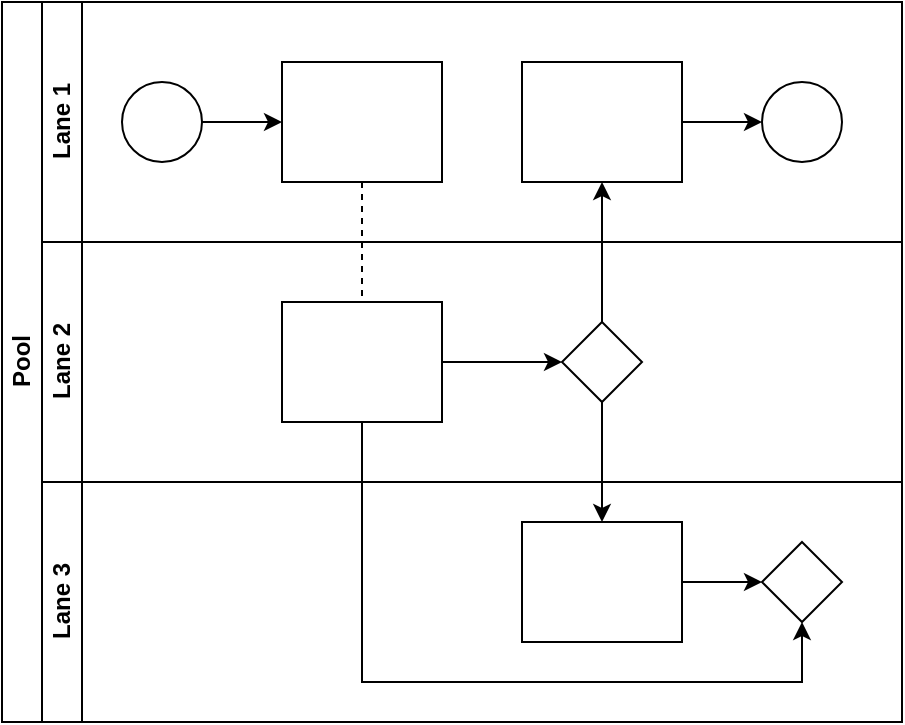
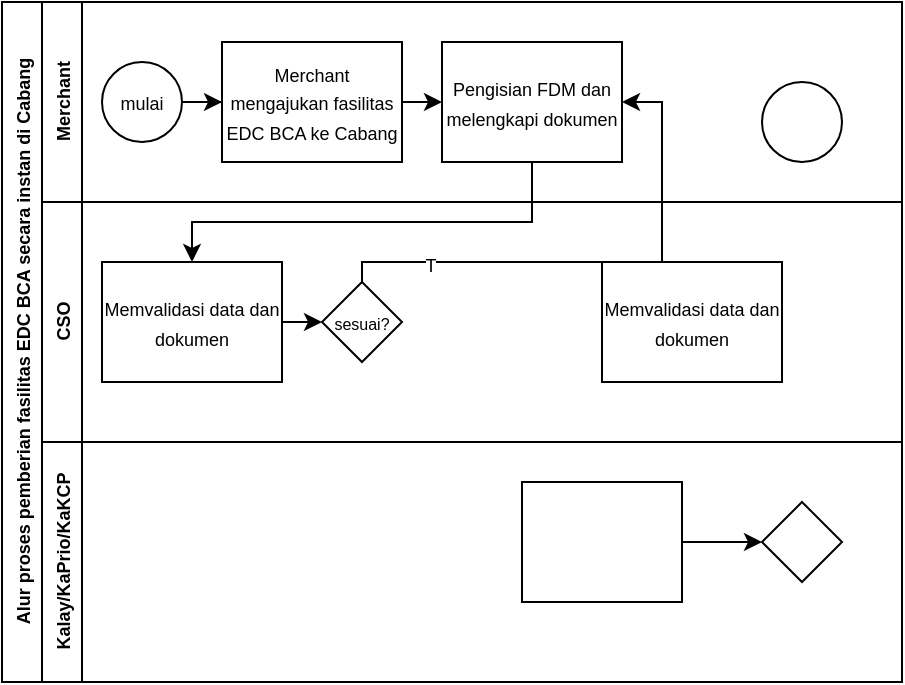
<mxfile host="app.diagrams.net">
  <diagram id="prtHgNgQTEPvFCAcTncT" name="Page-1">
-     <mxGraphModel dx="1223" dy="645" grid="1" gridSize="10" guides="1" tooltips="1" connect="1" arrows="1" fold="1" page="1" pageScale="1" pageWidth="827" pageHeight="1169" math="0" shadow="0">
+     <mxGraphModel dx="534" dy="343" grid="1" gridSize="10" guides="1" tooltips="1" connect="1" arrows="1" fold="1" page="1" pageScale="1" pageWidth="827" pageHeight="1169" math="0" shadow="0">
      <root>
        <mxCell id="0" />
        <mxCell id="1" parent="0" />
-         <mxCell id="dNxyNK7c78bLwvsdeMH5-19" value="Pool" style="swimlane;html=1;childLayout=stackLayout;resizeParent=1;resizeParentMax=0;horizontal=0;startSize=20;horizontalStack=0;" parent="1" vertex="1">
-           <mxGeometry x="120" y="120" width="450" height="360" as="geometry" />
+         <mxCell id="dNxyNK7c78bLwvsdeMH5-19" parent="1" style="swimlane;html=1;childLayout=stackLayout;resizeParent=1;resizeParentMax=0;horizontal=0;startSize=20;horizontalStack=0;" value="&lt;font style=&quot;font-size: 9px;&quot;&gt;Alur proses pemberian fasilitas EDC BCA secara instan di Cabang&lt;/font&gt;" vertex="1">
+           <mxGeometry height="340" width="450" x="120" y="120" as="geometry" />
        </mxCell>
-         <mxCell id="dNxyNK7c78bLwvsdeMH5-27" value="" style="edgeStyle=orthogonalEdgeStyle;rounded=0;orthogonalLoop=1;jettySize=auto;html=1;dashed=1;endArrow=none;endFill=0;" parent="dNxyNK7c78bLwvsdeMH5-19" source="dNxyNK7c78bLwvsdeMH5-24" target="dNxyNK7c78bLwvsdeMH5-26" edge="1">
-           <mxGeometry relative="1" as="geometry" />
-         </mxCell>
-         <mxCell id="dNxyNK7c78bLwvsdeMH5-31" style="edgeStyle=orthogonalEdgeStyle;rounded=0;orthogonalLoop=1;jettySize=auto;html=1;endArrow=classic;endFill=1;" parent="dNxyNK7c78bLwvsdeMH5-19" source="dNxyNK7c78bLwvsdeMH5-28" target="dNxyNK7c78bLwvsdeMH5-30" edge="1">
-           <mxGeometry relative="1" as="geometry" />
-         </mxCell>
-         <mxCell id="dNxyNK7c78bLwvsdeMH5-35" style="edgeStyle=orthogonalEdgeStyle;rounded=0;orthogonalLoop=1;jettySize=auto;html=1;endArrow=classic;endFill=1;" parent="dNxyNK7c78bLwvsdeMH5-19" source="dNxyNK7c78bLwvsdeMH5-28" target="dNxyNK7c78bLwvsdeMH5-34" edge="1">
-           <mxGeometry relative="1" as="geometry" />
-         </mxCell>
-         <mxCell id="dNxyNK7c78bLwvsdeMH5-38" style="edgeStyle=orthogonalEdgeStyle;rounded=0;orthogonalLoop=1;jettySize=auto;html=1;endArrow=classic;endFill=1;" parent="dNxyNK7c78bLwvsdeMH5-19" source="dNxyNK7c78bLwvsdeMH5-26" target="dNxyNK7c78bLwvsdeMH5-36" edge="1">
+         <mxCell id="dNxyNK7c78bLwvsdeMH5-35" edge="1" parent="dNxyNK7c78bLwvsdeMH5-19" source="dNxyNK7c78bLwvsdeMH5-28" style="edgeStyle=orthogonalEdgeStyle;rounded=0;orthogonalLoop=1;jettySize=auto;html=1;endArrow=classic;endFill=1;entryX=1;entryY=0.5;entryDx=0;entryDy=0;exitX=0.5;exitY=0;exitDx=0;exitDy=0;" target="OSxMkcuNLUNAnTv0rdyM-1">
          <mxGeometry relative="1" as="geometry">
            <Array as="points">
-               <mxPoint x="180" y="340" />
-               <mxPoint x="400" y="340" />
+               <mxPoint x="180" y="130" />
+               <mxPoint x="330" y="130" />
+               <mxPoint x="330" y="50" />
            </Array>
          </mxGeometry>
        </mxCell>
-         <mxCell id="dNxyNK7c78bLwvsdeMH5-20" value="Lane 1" style="swimlane;html=1;startSize=20;horizontal=0;" parent="dNxyNK7c78bLwvsdeMH5-19" vertex="1">
-           <mxGeometry x="20" width="430" height="120" as="geometry" />
+         <mxCell id="OSxMkcuNLUNAnTv0rdyM-3" connectable="0" parent="dNxyNK7c78bLwvsdeMH5-35" style="edgeLabel;html=1;align=center;verticalAlign=middle;resizable=0;points=[];" value="&lt;font style=&quot;font-size: 9px;&quot;&gt;T&lt;/font&gt;" vertex="1">
+           <mxGeometry relative="1" x="-0.6649" y="-1" as="geometry">
+             <mxPoint as="offset" />
+           </mxGeometry>
        </mxCell>
-         <mxCell id="dNxyNK7c78bLwvsdeMH5-25" value="" style="edgeStyle=orthogonalEdgeStyle;rounded=0;orthogonalLoop=1;jettySize=auto;html=1;" parent="dNxyNK7c78bLwvsdeMH5-20" source="dNxyNK7c78bLwvsdeMH5-23" target="dNxyNK7c78bLwvsdeMH5-24" edge="1">
+         <mxCell id="dNxyNK7c78bLwvsdeMH5-20" parent="dNxyNK7c78bLwvsdeMH5-19" style="swimlane;html=1;startSize=20;horizontal=0;" value="&lt;font style=&quot;font-size: 9px;&quot;&gt;Merchant&lt;/font&gt;" vertex="1">
+           <mxGeometry height="100" width="430" x="20" as="geometry" />
+         </mxCell>
+         <mxCell id="dNxyNK7c78bLwvsdeMH5-25" edge="1" parent="dNxyNK7c78bLwvsdeMH5-20" source="dNxyNK7c78bLwvsdeMH5-23" style="edgeStyle=orthogonalEdgeStyle;rounded=0;orthogonalLoop=1;jettySize=auto;html=1;" target="dNxyNK7c78bLwvsdeMH5-24" value="">
          <mxGeometry relative="1" as="geometry" />
        </mxCell>
-         <mxCell id="dNxyNK7c78bLwvsdeMH5-23" value="" style="ellipse;whiteSpace=wrap;html=1;" parent="dNxyNK7c78bLwvsdeMH5-20" vertex="1">
-           <mxGeometry x="40" y="40" width="40" height="40" as="geometry" />
+         <mxCell id="dNxyNK7c78bLwvsdeMH5-23" parent="dNxyNK7c78bLwvsdeMH5-20" style="ellipse;whiteSpace=wrap;html=1;" value="&lt;font style=&quot;font-size: 9px;&quot;&gt;mulai&lt;/font&gt;" vertex="1">
+           <mxGeometry height="40" width="40" x="30" y="30" as="geometry" />
        </mxCell>
-         <mxCell id="dNxyNK7c78bLwvsdeMH5-24" value="" style="rounded=0;whiteSpace=wrap;html=1;fontFamily=Helvetica;fontSize=12;fontColor=#000000;align=center;" parent="dNxyNK7c78bLwvsdeMH5-20" vertex="1">
-           <mxGeometry x="120" y="30" width="80" height="60" as="geometry" />
+         <mxCell id="dNxyNK7c78bLwvsdeMH5-24" parent="dNxyNK7c78bLwvsdeMH5-20" style="rounded=0;whiteSpace=wrap;html=1;fontFamily=Helvetica;fontSize=12;fontColor=#000000;align=center;" value="&lt;font style=&quot;font-size: 9px;&quot;&gt;Merchant mengajukan fasilitas EDC BCA ke Cabang&lt;/font&gt;" vertex="1">
+           <mxGeometry height="60" width="90" x="90" y="20" as="geometry" />
        </mxCell>
-         <mxCell id="dNxyNK7c78bLwvsdeMH5-33" value="" style="edgeStyle=orthogonalEdgeStyle;rounded=0;orthogonalLoop=1;jettySize=auto;html=1;endArrow=classic;endFill=1;" parent="dNxyNK7c78bLwvsdeMH5-20" source="dNxyNK7c78bLwvsdeMH5-30" target="dNxyNK7c78bLwvsdeMH5-32" edge="1">
+         <mxCell id="dNxyNK7c78bLwvsdeMH5-32" parent="dNxyNK7c78bLwvsdeMH5-20" style="ellipse;whiteSpace=wrap;html=1;" value="" vertex="1">
+           <mxGeometry height="40" width="40" x="360" y="40" as="geometry" />
+         </mxCell>
+         <mxCell id="OSxMkcuNLUNAnTv0rdyM-1" parent="dNxyNK7c78bLwvsdeMH5-20" style="rounded=0;whiteSpace=wrap;html=1;fontFamily=Helvetica;fontSize=12;fontColor=#000000;align=center;" value="&lt;font style=&quot;font-size: 9px;&quot;&gt;Pengisian FDM dan melengkapi dokumen&lt;/font&gt;" vertex="1">
+           <mxGeometry height="60" width="90" x="200" y="20" as="geometry" />
+         </mxCell>
+         <mxCell id="dNxyNK7c78bLwvsdeMH5-31" edge="1" parent="dNxyNK7c78bLwvsdeMH5-20" source="dNxyNK7c78bLwvsdeMH5-24" style="edgeStyle=orthogonalEdgeStyle;rounded=0;orthogonalLoop=1;jettySize=auto;html=1;endArrow=classic;endFill=1;exitX=1;exitY=0.5;exitDx=0;exitDy=0;entryX=0;entryY=0.5;entryDx=0;entryDy=0;" target="OSxMkcuNLUNAnTv0rdyM-1">
+           <mxGeometry relative="1" as="geometry">
+             <mxPoint x="280" y="90" as="targetPoint" />
+           </mxGeometry>
+         </mxCell>
+         <mxCell id="dNxyNK7c78bLwvsdeMH5-21" parent="dNxyNK7c78bLwvsdeMH5-19" style="swimlane;html=1;startSize=20;horizontal=0;" value="&lt;font style=&quot;font-size: 9px;&quot;&gt;CSO&lt;/font&gt;" vertex="1">
+           <mxGeometry height="120" width="430" x="20" y="100" as="geometry" />
+         </mxCell>
+         <mxCell id="dNxyNK7c78bLwvsdeMH5-28" parent="dNxyNK7c78bLwvsdeMH5-21" style="rhombus;whiteSpace=wrap;html=1;fontFamily=Helvetica;fontSize=12;fontColor=#000000;align=center;" value="&lt;font style=&quot;font-size: 8px;&quot;&gt;sesuai?&lt;/font&gt;" vertex="1">
+           <mxGeometry height="40" width="40" x="140" y="40" as="geometry" />
+         </mxCell>
+         <mxCell id="OSxMkcuNLUNAnTv0rdyM-2" parent="dNxyNK7c78bLwvsdeMH5-21" style="rounded=0;whiteSpace=wrap;html=1;fontFamily=Helvetica;fontSize=12;fontColor=#000000;align=center;" value="&lt;font style=&quot;font-size: 9px;&quot;&gt;Memvalidasi data dan dokumen&lt;/font&gt;" vertex="1">
+           <mxGeometry height="60" width="90" x="30" y="30" as="geometry" />
+         </mxCell>
+         <mxCell id="dNxyNK7c78bLwvsdeMH5-33" edge="1" parent="dNxyNK7c78bLwvsdeMH5-21" source="OSxMkcuNLUNAnTv0rdyM-2" style="edgeStyle=orthogonalEdgeStyle;rounded=0;orthogonalLoop=1;jettySize=auto;html=1;endArrow=classic;endFill=1;exitX=1;exitY=0.5;exitDx=0;exitDy=0;entryX=0;entryY=0.5;entryDx=0;entryDy=0;" target="dNxyNK7c78bLwvsdeMH5-28" value="">
+           <mxGeometry relative="1" as="geometry">
+             <mxPoint x="320" y="-40" as="sourcePoint" />
+           </mxGeometry>
+         </mxCell>
+         <mxCell id="OSxMkcuNLUNAnTv0rdyM-4" parent="dNxyNK7c78bLwvsdeMH5-21" style="rounded=0;whiteSpace=wrap;html=1;fontFamily=Helvetica;fontSize=12;fontColor=#000000;align=center;" value="&lt;font style=&quot;font-size: 9px;&quot;&gt;Memvalidasi data dan dokumen&lt;/font&gt;" vertex="1">
+           <mxGeometry height="60" width="90" x="280" y="30" as="geometry" />
+         </mxCell>
+         <mxCell id="dNxyNK7c78bLwvsdeMH5-22" parent="dNxyNK7c78bLwvsdeMH5-19" style="swimlane;html=1;startSize=20;horizontal=0;" value="&lt;font style=&quot;font-size: 9px;&quot;&gt;Kalay/KaPrio/KaKCP&lt;/font&gt;" vertex="1">
+           <mxGeometry height="120" width="430" x="20" y="220" as="geometry" />
+         </mxCell>
+         <mxCell id="dNxyNK7c78bLwvsdeMH5-37" edge="1" parent="dNxyNK7c78bLwvsdeMH5-22" source="dNxyNK7c78bLwvsdeMH5-34" style="edgeStyle=orthogonalEdgeStyle;rounded=0;orthogonalLoop=1;jettySize=auto;html=1;endArrow=classic;endFill=1;" target="dNxyNK7c78bLwvsdeMH5-36" value="">
          <mxGeometry relative="1" as="geometry" />
        </mxCell>
-         <mxCell id="dNxyNK7c78bLwvsdeMH5-30" value="" style="rounded=0;whiteSpace=wrap;html=1;fontFamily=Helvetica;fontSize=12;fontColor=#000000;align=center;" parent="dNxyNK7c78bLwvsdeMH5-20" vertex="1">
-           <mxGeometry x="240" y="30" width="80" height="60" as="geometry" />
+         <mxCell id="dNxyNK7c78bLwvsdeMH5-34" parent="dNxyNK7c78bLwvsdeMH5-22" style="rounded=0;whiteSpace=wrap;html=1;fontFamily=Helvetica;fontSize=12;fontColor=#000000;align=center;" value="" vertex="1">
+           <mxGeometry height="60" width="80" x="240" y="20" as="geometry" />
        </mxCell>
-         <mxCell id="dNxyNK7c78bLwvsdeMH5-32" value="" style="ellipse;whiteSpace=wrap;html=1;" parent="dNxyNK7c78bLwvsdeMH5-20" vertex="1">
-           <mxGeometry x="360" y="40" width="40" height="40" as="geometry" />
+         <mxCell id="dNxyNK7c78bLwvsdeMH5-36" parent="dNxyNK7c78bLwvsdeMH5-22" style="rhombus;whiteSpace=wrap;html=1;fontFamily=Helvetica;fontSize=12;fontColor=#000000;align=center;" value="" vertex="1">
+           <mxGeometry height="40" width="40" x="360" y="30" as="geometry" />
        </mxCell>
-         <mxCell id="dNxyNK7c78bLwvsdeMH5-21" value="Lane 2" style="swimlane;html=1;startSize=20;horizontal=0;" parent="dNxyNK7c78bLwvsdeMH5-19" vertex="1">
-           <mxGeometry x="20" y="120" width="430" height="120" as="geometry" />
-         </mxCell>
-         <mxCell id="dNxyNK7c78bLwvsdeMH5-29" value="" style="edgeStyle=orthogonalEdgeStyle;rounded=0;orthogonalLoop=1;jettySize=auto;html=1;endArrow=classic;endFill=1;" parent="dNxyNK7c78bLwvsdeMH5-21" source="dNxyNK7c78bLwvsdeMH5-26" target="dNxyNK7c78bLwvsdeMH5-28" edge="1">
-           <mxGeometry relative="1" as="geometry" />
-         </mxCell>
-         <mxCell id="dNxyNK7c78bLwvsdeMH5-26" value="" style="rounded=0;whiteSpace=wrap;html=1;fontFamily=Helvetica;fontSize=12;fontColor=#000000;align=center;" parent="dNxyNK7c78bLwvsdeMH5-21" vertex="1">
-           <mxGeometry x="120" y="30" width="80" height="60" as="geometry" />
-         </mxCell>
-         <mxCell id="dNxyNK7c78bLwvsdeMH5-28" value="" style="rhombus;whiteSpace=wrap;html=1;fontFamily=Helvetica;fontSize=12;fontColor=#000000;align=center;" parent="dNxyNK7c78bLwvsdeMH5-21" vertex="1">
-           <mxGeometry x="260" y="40" width="40" height="40" as="geometry" />
-         </mxCell>
-         <mxCell id="dNxyNK7c78bLwvsdeMH5-22" value="Lane 3" style="swimlane;html=1;startSize=20;horizontal=0;" parent="dNxyNK7c78bLwvsdeMH5-19" vertex="1">
-           <mxGeometry x="20" y="240" width="430" height="120" as="geometry" />
-         </mxCell>
-         <mxCell id="dNxyNK7c78bLwvsdeMH5-37" value="" style="edgeStyle=orthogonalEdgeStyle;rounded=0;orthogonalLoop=1;jettySize=auto;html=1;endArrow=classic;endFill=1;" parent="dNxyNK7c78bLwvsdeMH5-22" source="dNxyNK7c78bLwvsdeMH5-34" target="dNxyNK7c78bLwvsdeMH5-36" edge="1">
-           <mxGeometry relative="1" as="geometry" />
-         </mxCell>
-         <mxCell id="dNxyNK7c78bLwvsdeMH5-34" value="" style="rounded=0;whiteSpace=wrap;html=1;fontFamily=Helvetica;fontSize=12;fontColor=#000000;align=center;" parent="dNxyNK7c78bLwvsdeMH5-22" vertex="1">
-           <mxGeometry x="240" y="20" width="80" height="60" as="geometry" />
-         </mxCell>
-         <mxCell id="dNxyNK7c78bLwvsdeMH5-36" value="" style="rhombus;whiteSpace=wrap;html=1;fontFamily=Helvetica;fontSize=12;fontColor=#000000;align=center;" parent="dNxyNK7c78bLwvsdeMH5-22" vertex="1">
-           <mxGeometry x="360" y="30" width="40" height="40" as="geometry" />
+         <mxCell id="dNxyNK7c78bLwvsdeMH5-29" edge="1" parent="dNxyNK7c78bLwvsdeMH5-19" source="OSxMkcuNLUNAnTv0rdyM-1" style="edgeStyle=orthogonalEdgeStyle;rounded=0;orthogonalLoop=1;jettySize=auto;html=1;endArrow=classic;endFill=1;exitX=0.5;exitY=1;exitDx=0;exitDy=0;entryX=0.5;entryY=0;entryDx=0;entryDy=0;" target="OSxMkcuNLUNAnTv0rdyM-2" value="">
+           <mxGeometry relative="1" as="geometry">
+             <Array as="points">
+               <mxPoint x="265" y="110" />
+               <mxPoint x="95" y="110" />
+             </Array>
+             <mxPoint x="220" y="160.0000000000001" as="sourcePoint" />
+           </mxGeometry>
        </mxCell>
      </root>
    </mxGraphModel>
  </diagram>
</mxfile>
